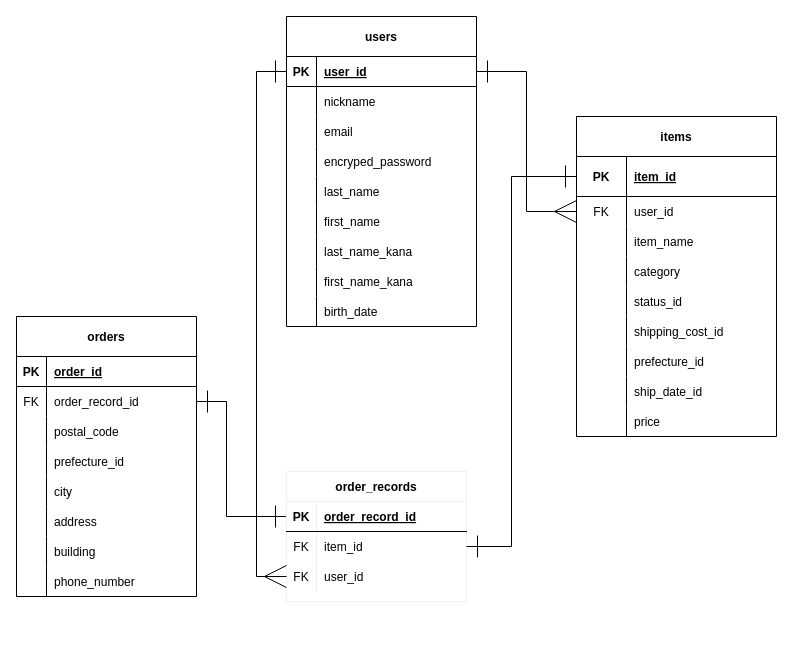
This is page "ER図" (2 of 2) of furima-35013.dio from LIFE-enjoy/furima-35013, a draw.io file, before an edit. Source tidied: cells renumbered, new cells numbered last; positions are measured from the earlier drawing's top-left corner, leaving out a move shared by most shapes. Both pictures are drawn from the tidied source at 100%, with x=0, y=0 at pixel (16, 16).
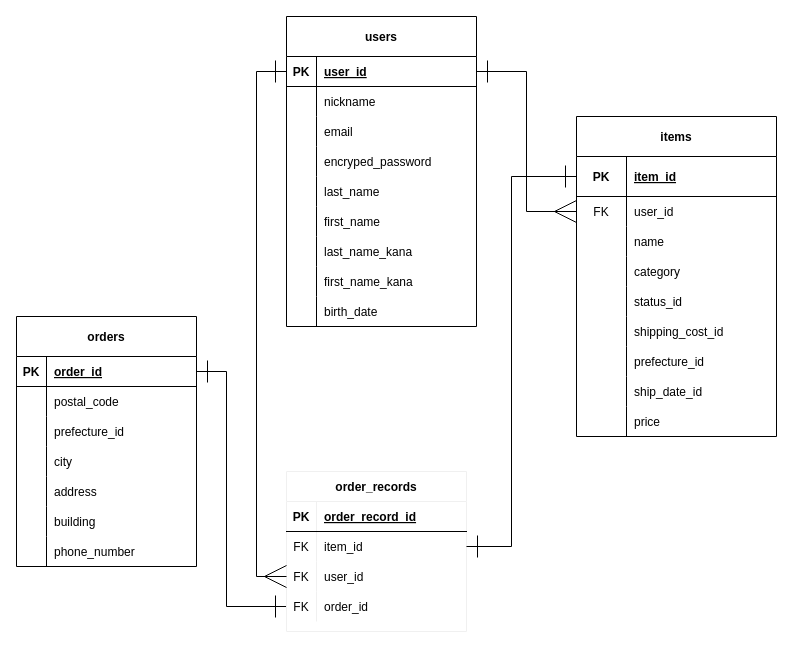
The same diagram, later.

Commit message (it also covers changes not shown here):
order_recordテーブルとorderテーブルのアソシエーションの変更

The change refers to these unchanged cells:
```xml
<mxCell id="37" style="shape=partialRectangle;fillColor=none;top=0;left=0;bottom=0;right=0;" parent="30" vertex="1">
  <mxGeometry y="110" width="200" height="30" as="geometry" />
</mxCell>
<mxCell id="59" style="shape=partialRectangle;fillColor=none;top=0;left=0;bottom=1;right=0;points=[[0,0.5],[1,0.5]];portConstraint=eastwest;" parent="58" vertex="1">
  <mxGeometry y="40" width="180" height="30" as="geometry" />
</mxCell>
<mxCell id="85" style="shape=partialRectangle;fillColor=none;top=0;left=0;bottom=1;right=0;points=[[0,0.5],[1,0.5]];portConstraint=eastwest;" parent="84" vertex="1">
  <mxGeometry y="30" width="180" height="30" as="geometry" />
</mxCell>
```

What changed in the source:
```diff
@@
-    <mxCell id="39" value="item_name" style="shape=partialRectangle;fillColor=none;top=0;left=0;bottom=0;right=0;align=left;spacingLeft=6;overflow=hidden;" parent="37" vertex="1">
+    <mxCell id="39" value="name" style="shape=partialRectangle;fillColor=none;top=0;left=0;bottom=0;right=0;align=left;spacingLeft=6;overflow=hidden;" parent="37" vertex="1">
       <mxGeometry x="50" width="150" height="30" as="geometry" />
     </mxCell>
@@
     <mxCell id="58" value="orders" style="shape=table;startSize=40;childLayout=tableLayout;rowLines=0;fontStyle=1;align=center;" parent="1" vertex="1">
-      <mxGeometry y="300" width="180" height="280" as="geometry" />
+      <mxGeometry y="300" width="180" height="250" as="geometry" />
     </mxCell>
@@
-    <mxCell id="62" style="shape=partialRectangle;fillColor=none;top=0;left=0;bottom=0;right=0;points=[[0,0.5],[1,0.5]];portConstraint=eastwest;" parent="58" vertex="1">
-      <mxGeometry y="70" width="180" height="30" as="geometry" />
-    </mxCell>
-    <mxCell id="63" value="FK" style="shape=partialRectangle;fillColor=none;top=0;left=0;bottom=0;right=0;overflow=hidden;" parent="62" vertex="1">
-      <mxGeometry width="30" height="30" as="geometry" />
-    </mxCell>
-    <mxCell id="64" value="order_record_id" style="shape=partialRectangle;fillColor=none;top=0;left=0;bottom=0;right=0;align=left;spacingLeft=6;overflow=hidden;" parent="62" vertex="1">
-      <mxGeometry x="30" width="150" height="30" as="geometry" />
-    </mxCell>
     <mxCell id="65" style="shape=partialRectangle;fillColor=none;top=0;left=0;bottom=0;right=0;" parent="58" vertex="1">
-      <mxGeometry y="100" width="180" height="30" as="geometry" />
+      <mxGeometry y="70" width="180" height="30" as="geometry" />
     </mxCell>
@@
     <mxCell id="68" style="shape=partialRectangle;fillColor=none;top=0;left=0;bottom=0;right=0;" parent="58" vertex="1">
-      <mxGeometry y="130" width="180" height="30" as="geometry" />
+      <mxGeometry y="100" width="180" height="30" as="geometry" />
     </mxCell>
@@
     <mxCell id="71" style="shape=partialRectangle;fillColor=none;top=0;left=0;bottom=0;right=0;" parent="58" vertex="1">
-      <mxGeometry y="160" width="180" height="30" as="geometry" />
+      <mxGeometry y="130" width="180" height="30" as="geometry" />
     </mxCell>
@@
     <mxCell id="74" style="shape=partialRectangle;fillColor=none;top=0;left=0;bottom=0;right=0;" parent="58" vertex="1">
-      <mxGeometry y="190" width="180" height="30" as="geometry" />
+      <mxGeometry y="160" width="180" height="30" as="geometry" />
     </mxCell>
@@
     <mxCell id="77" style="shape=partialRectangle;fillColor=none;top=0;left=0;bottom=0;right=0;" parent="58" vertex="1">
-      <mxGeometry y="220" width="180" height="30" as="geometry" />
+      <mxGeometry y="190" width="180" height="30" as="geometry" />
     </mxCell>
@@
     <mxCell id="80" style="shape=partialRectangle;fillColor=none;top=0;left=0;bottom=0;right=0;" parent="58" vertex="1">
-      <mxGeometry y="250" width="180" height="30" as="geometry" />
+      <mxGeometry y="220" width="180" height="30" as="geometry" />
     </mxCell>
@@
-    <mxCell id="83" style="edgeStyle=orthogonalEdgeStyle;rounded=0;jettySize=auto;html=1;endArrow=ERone;endFill=0;startArrow=ERone;startFill=0;endSize=20;startSize=20;entryX=1;entryY=0.5;entryDx=0;entryDy=0;exitX=0;exitY=0.5;exitDx=0;exitDy=0;" parent="1" edge="1" source="85" target="62">
+    <mxCell id="83" style="edgeStyle=orthogonalEdgeStyle;rounded=0;jettySize=auto;html=1;endArrow=ERone;endFill=0;startArrow=ERone;startFill=0;endSize=20;startSize=20;exitX=0;exitY=0.5;exitDx=0;exitDy=0;entryX=1;entryY=0.5;entryDx=0;entryDy=0;" parent="1" edge="1" source="97" target="59">
       <mxGeometry relative="1" as="geometry">
         <Array as="points">
-          <mxPoint x="210" y="500" />
-          <mxPoint x="210" y="385" />
+          <mxPoint x="210" y="590" />
+          <mxPoint x="210" y="355" />
         </Array>
       </mxGeometry>
     </mxCell>
     <mxCell id="84" value="order_records" style="shape=table;startSize=30;childLayout=tableLayout;rowLines=0;fontStyle=1;align=center;strokeColor=#f0f0f0;fillColor=none;" parent="1" vertex="1">
-      <mxGeometry x="270" y="455" width="180" height="130" as="geometry" />
+      <mxGeometry x="270" y="455" width="180" height="160" as="geometry" />
     </mxCell>
@@
+    <mxCell id="97" style="shape=partialRectangle;fillColor=none;top=0;left=0;bottom=0;right=0;points=[[0,0.5],[1,0.5]];portConstraint=eastwest;" parent="84" vertex="1">
+      <mxGeometry y="120" width="180" height="30" as="geometry" />
+    </mxCell>
+    <mxCell id="63" value="FK" style="shape=partialRectangle;fillColor=none;top=0;left=0;bottom=0;right=0;overflow=hidden;" parent="97" vertex="1">
+      <mxGeometry width="30" height="30" as="geometry" />
+    </mxCell>
+    <mxCell id="98" value="order_id" style="shape=partialRectangle;fillColor=none;top=0;left=0;bottom=0;right=0;align=left;spacingLeft=6;overflow=hidden;" parent="97" vertex="1">
+      <mxGeometry x="30" width="150" height="30" as="geometry" />
+    </mxCell>
```
